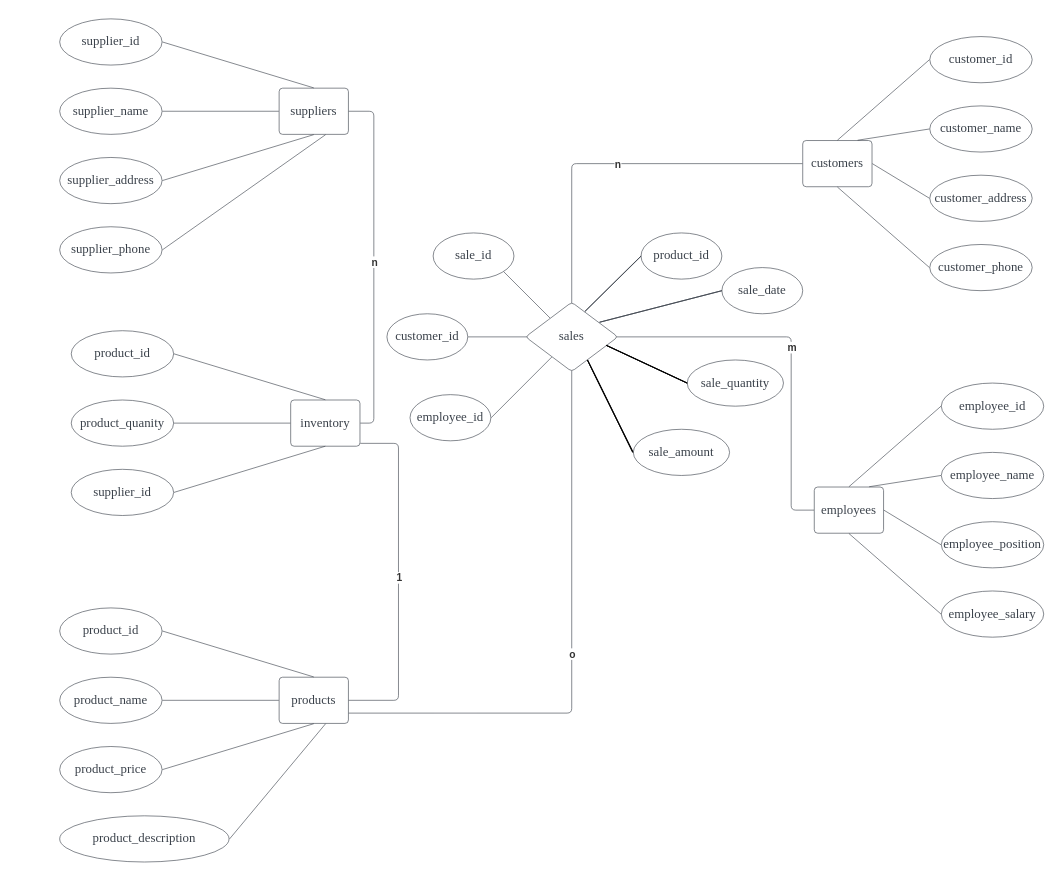
The draw.io diagram 未命名绘图.drawio in 1665800095fghk/images, before the edit. Source tidied: cells renumbered, new cells numbered last; positions are measured from the earlier drawing's top-left corner, leaving out a move shared by most shapes. Both pictures are drawn from the tidied source at 77%, with x=0, y=0 at pixel (59, 18).
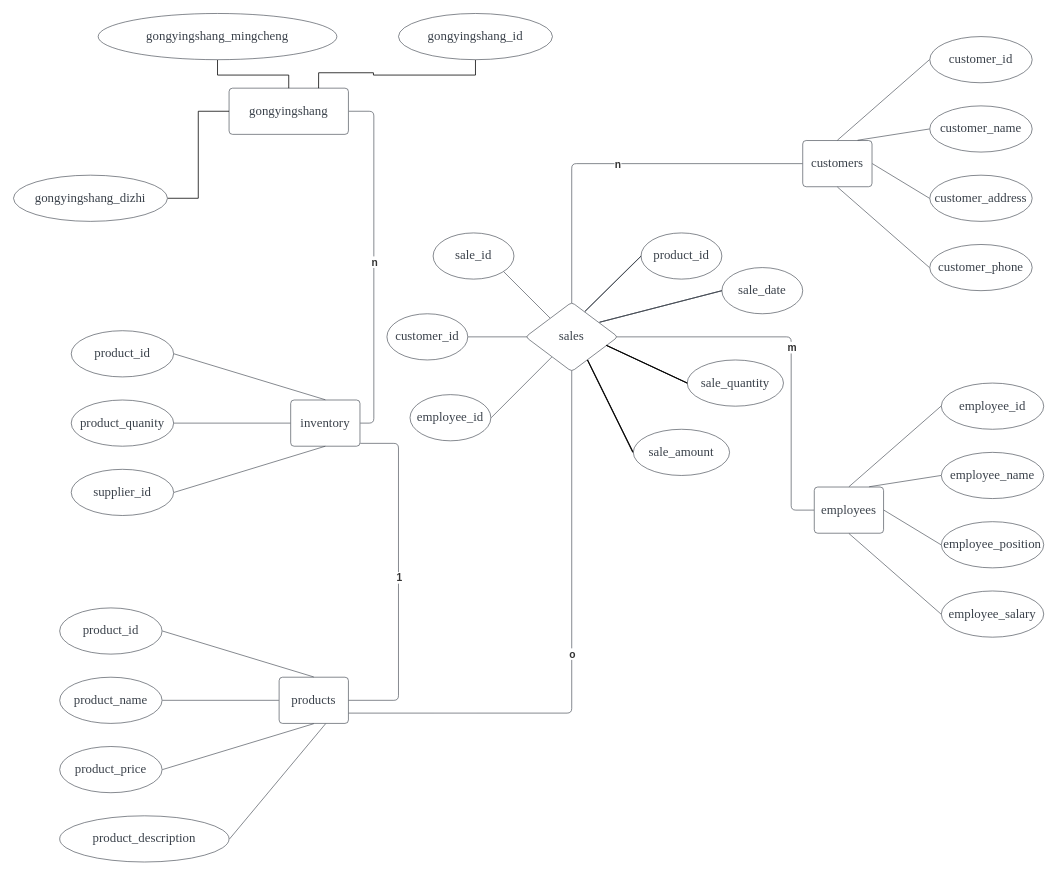
Above is the later version.

Commit message:
更新未命名绘图.drawio

The edit, as a diff of the source:
```diff
@@
-    <mxCell id="2" value="suppliers" style="html=1;overflow=block;blockSpacing=1;whiteSpace=wrap;fontSize=16.7;fontFamily=Liberation Serif;fontColor=#3a414a;spacing=9;strokeColor=#3a414a;strokeOpacity=100;rounded=1;absoluteArcSize=1;arcSize=9;strokeWidth=0.8;lucidId=Sep5neUImhq2;" parent="1" vertex="1">
-      <mxGeometry x="285" y="90" width="90" height="60" as="geometry" />
+    <mxCell id="2" value="gongyingshang" style="html=1;overflow=block;blockSpacing=1;whiteSpace=wrap;fontSize=16.7;fontFamily=Liberation Serif;fontColor=#3a414a;spacing=9;strokeColor=#3a414a;strokeOpacity=100;rounded=1;absoluteArcSize=1;arcSize=9;strokeWidth=0.8;lucidId=Sep5neUImhq2;" parent="1" vertex="1">
+      <mxGeometry x="220" y="90" width="155" height="60" as="geometry" />
     </mxCell>
+    <mxCell id="4" style="edgeStyle=orthogonalEdgeStyle;rounded=0;jettySize=auto;html=1;exitX=0.5;exitY=1;exitDx=0;exitDy=0;entryX=0.75;entryY=0;entryDx=0;entryDy=0;endArrow=none;endFill=0;" parent="1" edge="1" source="3" target="2">
+      <mxGeometry relative="1" as="geometry" />
+    </mxCell>
-    <mxCell id="3" value="supplier_id" style="html=1;overflow=block;blockSpacing=1;whiteSpace=wrap;ellipse;fontSize=16.7;fontFamily=Liberation Serif;fontColor=#3a414a;spacing=3.8;strokeColor=#3a414a;strokeOpacity=100;rounded=1;absoluteArcSize=1;arcSize=9;strokeWidth=0.8;lucidId=gfp5u.XYYQyv;" parent="1" vertex="1">
-      <mxGeometry width="133" height="60" as="geometry" />
+    <mxCell id="3" value="gongyingshang_id" style="html=1;overflow=block;blockSpacing=1;whiteSpace=wrap;ellipse;fontSize=16.7;fontFamily=Liberation Serif;fontColor=#3a414a;spacing=3.8;strokeColor=#3a414a;strokeOpacity=100;rounded=1;absoluteArcSize=1;arcSize=9;strokeWidth=0.8;lucidId=gfp5u.XYYQyv;" parent="1" vertex="1">
+      <mxGeometry x="440" y="-7" width="200" height="60" as="geometry" />
     </mxCell>
-    <mxCell id="4" style="html=1;jettySize=18;whiteSpace=wrap;fontSize=13;strokeColor=#3a414a;strokeOpacity=100;strokeWidth=0.8;rounded=1;arcSize=12;startArrow=none;endArrow=none;exitX=1.003;exitY=0.5;exitPerimeter=0;entryX=0.5;entryY=-0.006;entryPerimeter=0;lucidId=Efp5n_yI7JjN;" parent="1" edge="1" source="3" target="2">
-      <mxGeometry relative="1" as="geometry" />
-    </mxCell>
+    <mxCell id="6" style="edgeStyle=orthogonalEdgeStyle;rounded=0;jettySize=auto;html=1;exitX=0.5;exitY=1;exitDx=0;exitDy=0;endArrow=none;endFill=0;" parent="1" edge="1" source="5" target="2">
+      <mxGeometry relative="1" as="geometry" />
+    </mxCell>
-    <mxCell id="5" value="supplier_name" style="html=1;overflow=block;blockSpacing=1;whiteSpace=wrap;ellipse;fontSize=16.7;fontFamily=Liberation Serif;fontColor=#3a414a;spacing=3.8;strokeColor=#3a414a;strokeOpacity=100;rounded=1;absoluteArcSize=1;arcSize=9;strokeWidth=0.8;lucidId=Ifp5OrtNDauU;" parent="1" vertex="1">
-      <mxGeometry y="90" width="133" height="60" as="geometry" />
+    <mxCell id="5" value="gongyingshang_mingcheng" style="html=1;overflow=block;blockSpacing=1;whiteSpace=wrap;ellipse;fontSize=16.7;fontFamily=Liberation Serif;fontColor=#3a414a;spacing=3.8;strokeColor=#3a414a;strokeOpacity=100;rounded=1;absoluteArcSize=1;arcSize=9;strokeWidth=0.8;lucidId=Ifp5OrtNDauU;" parent="1" vertex="1">
+      <mxGeometry x="50" y="-7" width="310" height="60" as="geometry" />
     </mxCell>
-    <mxCell id="6" style="html=1;jettySize=18;whiteSpace=wrap;fontSize=13;strokeColor=#3a414a;strokeOpacity=100;strokeWidth=0.8;rounded=1;arcSize=12;startArrow=none;endArrow=none;exitX=1.003;exitY=0.5;exitPerimeter=0;entryX=-0.004;entryY=0.5;entryPerimeter=0;lucidId=Sfp5yTt3aqdA;" parent="1" edge="1" source="5" target="2">
-      <mxGeometry relative="1" as="geometry" />
-    </mxCell>
+    <mxCell id="9" style="edgeStyle=orthogonalEdgeStyle;rounded=0;jettySize=auto;html=1;exitX=1;exitY=0.5;exitDx=0;exitDy=0;entryX=0;entryY=0.5;entryDx=0;entryDy=0;endArrow=none;endFill=0;" parent="1" edge="1" source="7" target="2">
+      <mxGeometry relative="1" as="geometry" />
+    </mxCell>
-    <mxCell id="7" value="supplier_address" style="html=1;overflow=block;blockSpacing=1;whiteSpace=wrap;ellipse;fontSize=16.7;fontFamily=Liberation Serif;fontColor=#3a414a;spacing=3.8;strokeColor=#3a414a;strokeOpacity=100;rounded=1;absoluteArcSize=1;arcSize=9;strokeWidth=0.8;lucidId=hgp5oEQF3F-J;" parent="1" vertex="1">
-      <mxGeometry y="180" width="133" height="60" as="geometry" />
+    <mxCell id="7" value="gongyingshang_dizhi" style="html=1;overflow=block;blockSpacing=1;whiteSpace=wrap;ellipse;fontSize=16.7;fontFamily=Liberation Serif;fontColor=#3a414a;spacing=3.8;strokeColor=#3a414a;strokeOpacity=100;rounded=1;absoluteArcSize=1;arcSize=9;strokeWidth=0.8;lucidId=hgp5oEQF3F-J;" parent="1" vertex="1">
+      <mxGeometry x="-60" y="203" width="200" height="60" as="geometry" />
     </mxCell>
-    <mxCell id="8" value="supplier_phone" style="html=1;overflow=block;blockSpacing=1;whiteSpace=wrap;ellipse;fontSize=16.7;fontFamily=Liberation Serif;fontColor=#3a414a;spacing=3.8;strokeColor=#3a414a;strokeOpacity=100;rounded=1;absoluteArcSize=1;arcSize=9;strokeWidth=0.8;lucidId=ugp5~shOKRi8;" parent="1" vertex="1">
-      <mxGeometry y="270" width="133" height="60" as="geometry" />
-    </mxCell>
-    <mxCell id="9" style="html=1;jettySize=18;whiteSpace=wrap;fontSize=13;strokeColor=#3a414a;strokeOpacity=100;strokeWidth=0.8;rounded=1;arcSize=12;startArrow=none;endArrow=none;exitX=1.003;exitY=0.5;exitPerimeter=0;entryX=0.5;entryY=1.006;entryPerimeter=0;lucidId=Ogp5b-RRdkxk;" parent="1" edge="1" source="7" target="2">
-      <mxGeometry relative="1" as="geometry" />
-    </mxCell>
-    <mxCell id="10" style="html=1;jettySize=18;whiteSpace=wrap;fontSize=13;strokeColor=#3a414a;strokeOpacity=100;strokeWidth=0.8;rounded=1;arcSize=12;startArrow=none;endArrow=none;exitX=1.003;exitY=0.5;exitPerimeter=0;entryX=0.671;entryY=1.006;entryPerimeter=0;lucidId=Vgp5s5BR5_41;" parent="1" edge="1" source="8" target="2">
-      <mxGeometry relative="1" as="geometry" />
-    </mxCell>
@@
-    <mxCell id="76" style="orthogonalLoop=1;jettySize=auto;html=1;exitX=0;exitY=0.5;exitDx=0;exitDy=0;rounded=0;endArrow=none;endFill=0;" parent="1" edge="1">
-      <mxGeometry relative="1" as="geometry">
-        <mxPoint x="814.6" y="473" as="sourcePoint" />
-        <mxPoint x="709.6" y="424" as="targetPoint" />
-      </mxGeometry>
-    </mxCell>
-    <mxCell id="77" style="orthogonalLoop=1;jettySize=auto;html=1;exitX=0;exitY=0.5;exitDx=0;exitDy=0;entryX=0.672;entryY=0.833;entryDx=0;entryDy=0;entryPerimeter=0;rounded=0;endArrow=none;endFill=0;" parent="1" edge="1">
-      <mxGeometry relative="1" as="geometry">
-        <mxPoint x="744.2" y="563" as="sourcePoint" />
-        <mxPoint x="685.2" y="443" as="targetPoint" />
-      </mxGeometry>
-    </mxCell>
```
